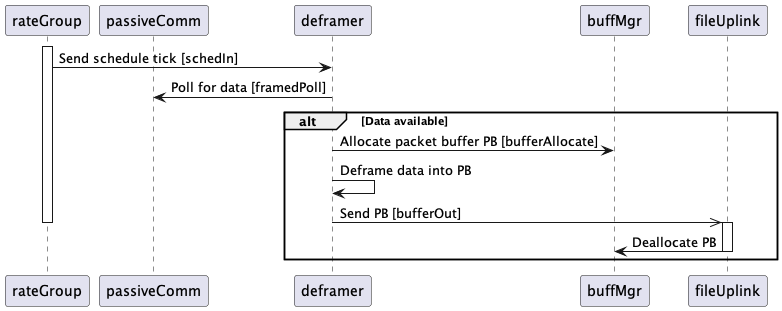
This is Svc/Deframer/docs/img/sequence-diagrams/passive-file-packet.png from nasa/fprime, a PlantUML export, as it was before one commit. The source it was exported from:
```plantuml
@startuml

participant rateGroup order 1
participant passiveComm order 2
participant deframer order 3
participant buffMgr order 4
participant fileUplink order 5

activate rateGroup

rateGroup -> deframer: Send schedule tick [schedIn]

deframer -> passiveComm: Poll for data [framedPoll]

alt Data available

  deframer -> buffMgr: Allocate packet buffer PB [bufferAllocate]
  deframer -> deframer: Deframe data into PB
  deframer ->> fileUplink: Send PB [bufferOut]

deactivate rateGroup

  activate fileUplink
  fileUplink -> buffMgr: Deallocate PB
  deactivate fileUplink

end

@enduml
```
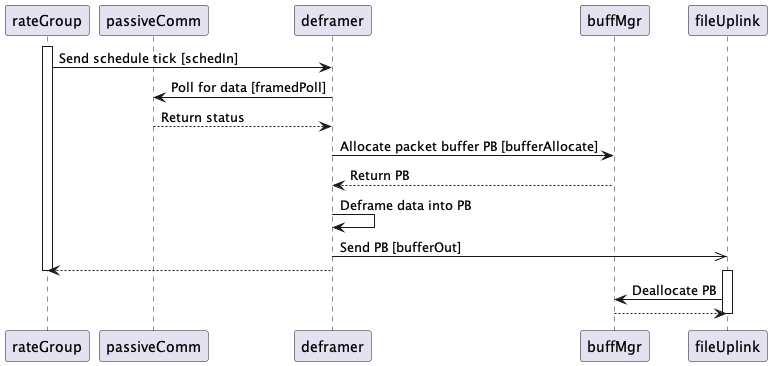
Later version of the same file.

Commit message:
Revise Deframer SDD

Change to the diagram source:
```diff
@@ -11,19 +11,21 @@
 rateGroup -> deframer: Send schedule tick [schedIn]
 
 deframer -> passiveComm: Poll for data [framedPoll]
+passiveComm --> deframer: Return status
 
-alt Data available
+deframer -> buffMgr: Allocate packet buffer PB [bufferAllocate]
+buffMgr --> deframer: Return PB
 
-  deframer -> buffMgr: Allocate packet buffer PB [bufferAllocate]
-  deframer -> deframer: Deframe data into PB
-  deframer ->> fileUplink: Send PB [bufferOut]
+deframer -> deframer: Deframe data into PB
+deframer ->> fileUplink: Send PB [bufferOut]
+
+deframer --> rateGroup
 
 deactivate rateGroup
 
-  activate fileUplink
-  fileUplink -> buffMgr: Deallocate PB
-  deactivate fileUplink
-
-end
+activate fileUplink
+fileUplink -> buffMgr: Deallocate PB
+buffMgr --> fileUplink
+deactivate fileUplink
 
 @enduml
```
